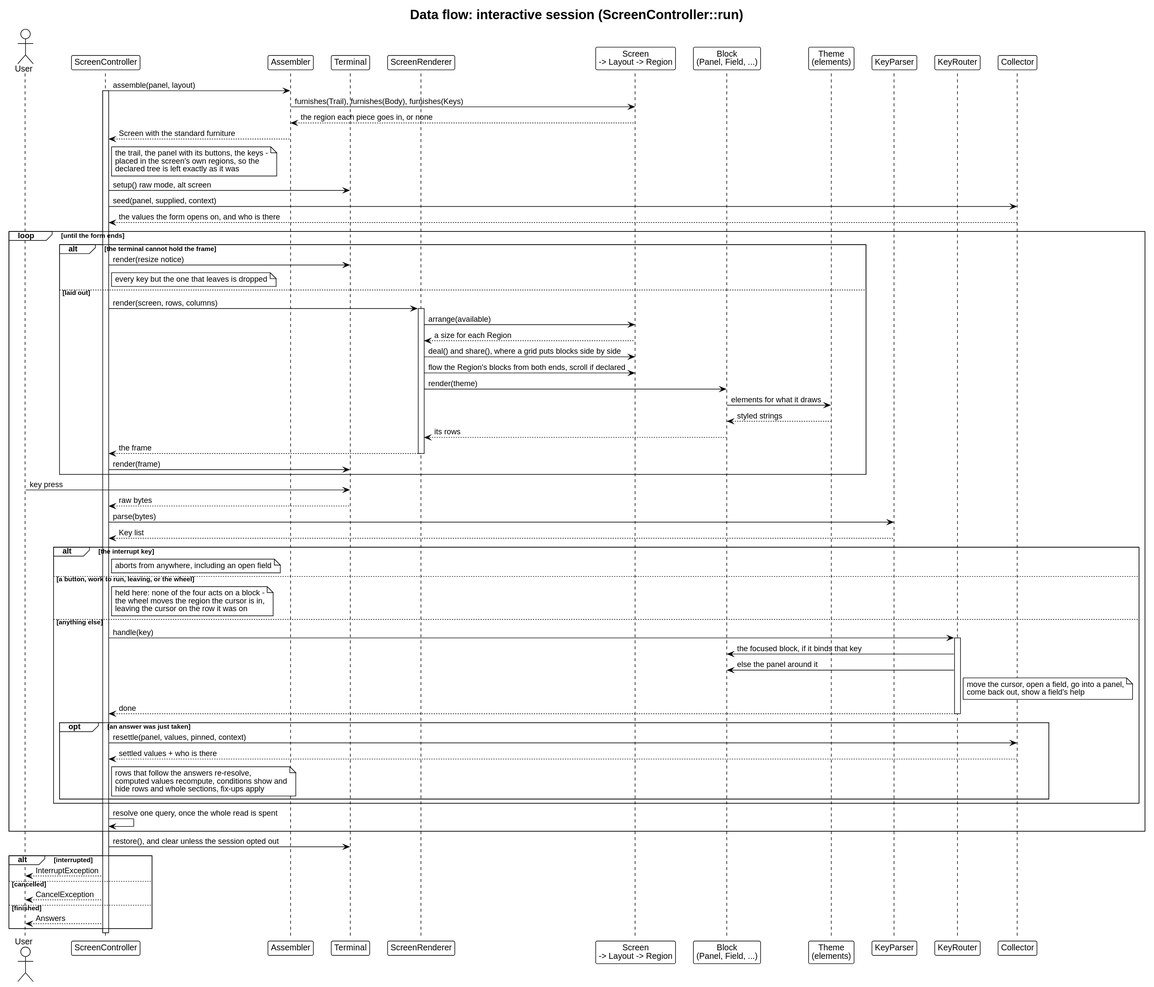
Earlier version of the PlantUML export docs/architecture/dataflow-tui.svg (drevops/phptui).
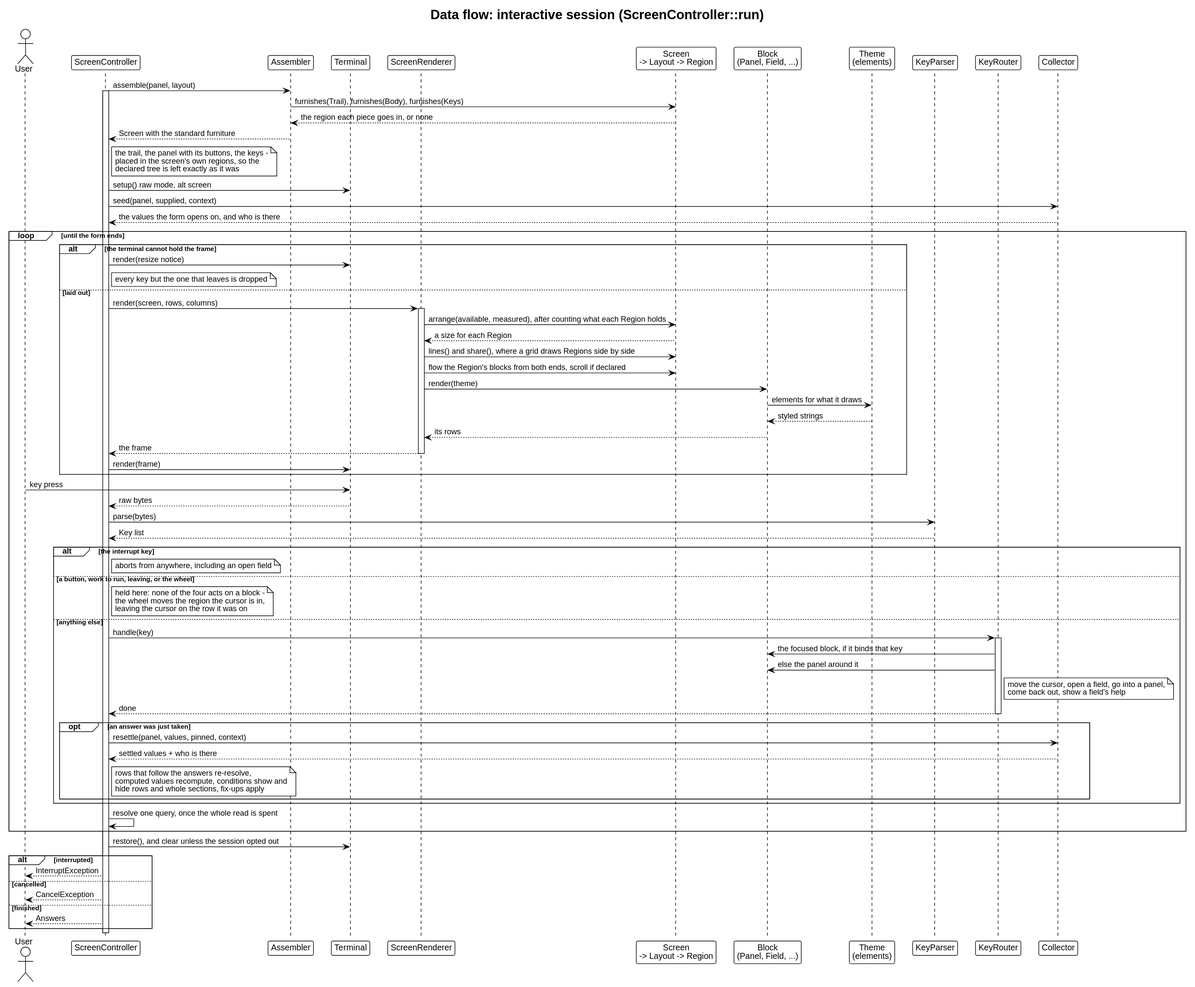
The same file after the commit.

What changed in the source:
```diff
@@ -35,9 +35,9 @@
   else laid out
     SC -> SR: render(screen, rows, columns)
     activate SR
-    SR -> Screen: arrange(available)
+    SR -> Screen: arrange(available, measured), after counting what each Region holds
     Screen --> SR: a size for each Region
-    SR -> Screen: deal() and share(), where a grid puts blocks side by side
+    SR -> Screen: lines() and share(), where a grid draws Regions side by side
     SR -> Screen: flow the Region's blocks from both ends, scroll if declared
     SR -> Block: render(theme)
     Block -> Theme: elements for what it draws
```
